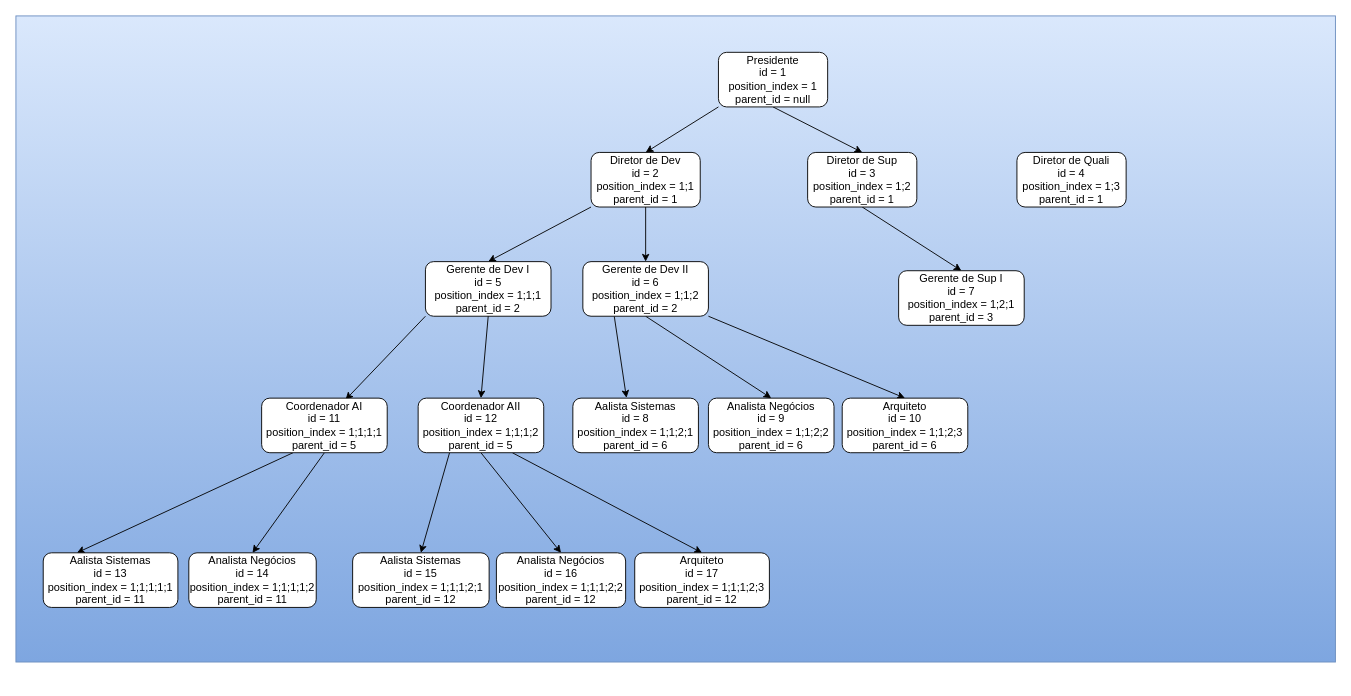
Earlier version of the draw.io diagram tree-view.drawio (tnicacio/test-tree-view). Source tidied: cells renumbered, new cells numbered last; positions are measured from the earlier drawing's top-left corner, leaving out a move shared by most shapes. Both pictures are drawn from the tidied source at 91%, with x=0, y=0 at pixel (15, 15).
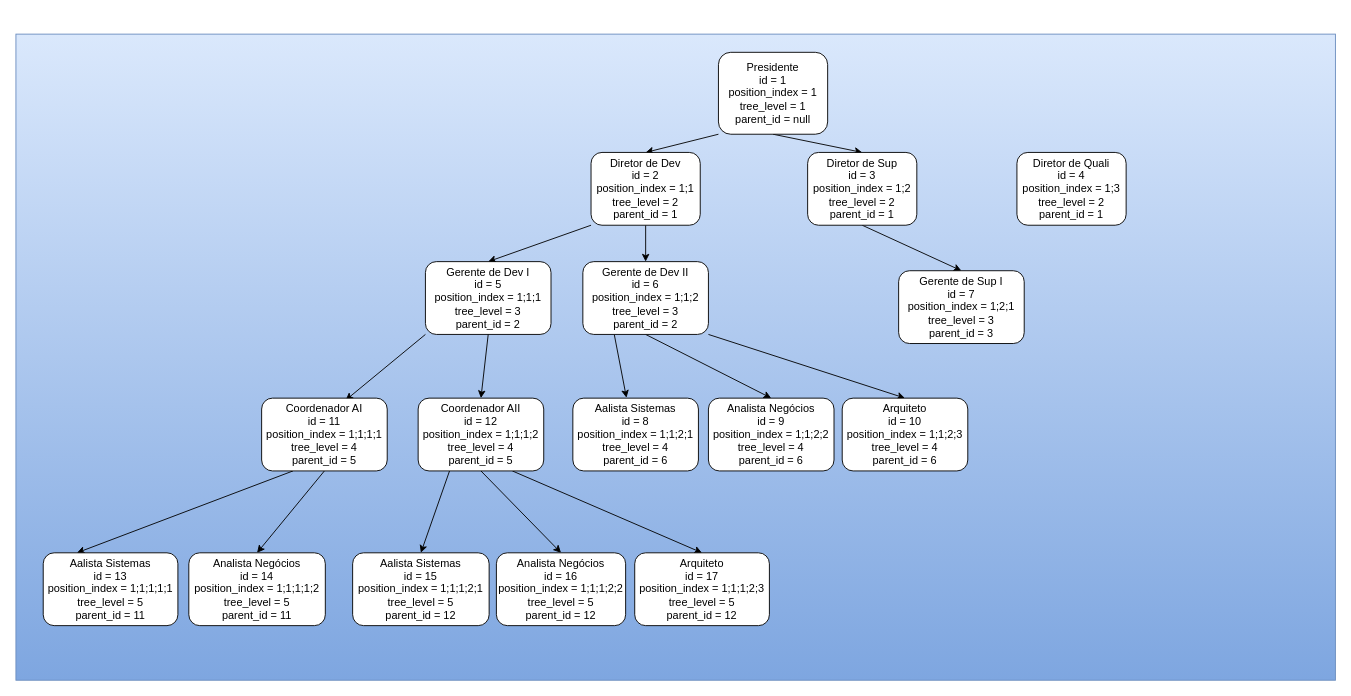
The same diagram, later.

Commit message (it also covers changes not shown here):
Renaming column position_level to tree_level

Diff of the diagram source:
```diff
@@
     <mxCell id="2" style="whiteSpace=wrap;html=1;fillColor=#dae8fc;gradientColor=#7ea6e0;strokeColor=#6c8ebf;" parent="1" vertex="1">
-      <mxGeometry width="1450" height="710" as="geometry" />
+      <mxGeometry y="20" width="1450" height="710" as="geometry" />
     </mxCell>
@@
-    <mxCell id="5" value="Presidente&lt;br&gt;id = 1&lt;br&gt;position_index = 1&lt;br&gt;parent_id = null" style="rounded=1;whiteSpace=wrap;html=1;" parent="1" vertex="1">
-      <mxGeometry x="772" y="40" width="120" height="60" as="geometry" />
+    <mxCell id="5" value="Presidente&lt;br&gt;id = 1&lt;br&gt;position_index = 1&lt;br&gt;tree_level = 1&lt;br&gt;parent_id = null" style="rounded=1;whiteSpace=wrap;html=1;" parent="1" vertex="1">
+      <mxGeometry x="772" y="40" width="120" height="90" as="geometry" />
     </mxCell>
@@
-    <mxCell id="8" value="Diretor de Dev&lt;br&gt;id = 2&lt;br&gt;position_index = 1;1&lt;br&gt;parent_id = 1" style="rounded=1;whiteSpace=wrap;html=1;" parent="1" vertex="1">
-      <mxGeometry x="632" y="150" width="120" height="60" as="geometry" />
+    <mxCell id="8" value="Diretor de Dev&lt;br&gt;id = 2&lt;br&gt;position_index = 1;1&lt;br&gt;tree_level = 2&lt;br&gt;parent_id = 1" style="rounded=1;whiteSpace=wrap;html=1;" parent="1" vertex="1">
+      <mxGeometry x="632" y="150" width="120" height="80" as="geometry" />
     </mxCell>
@@
-    <mxCell id="10" value="Diretor de Sup&lt;br&gt;id = 3&lt;br&gt;position_index = 1;2&lt;br&gt;parent_id = 1" style="rounded=1;whiteSpace=wrap;html=1;" parent="1" vertex="1">
-      <mxGeometry x="870" y="150" width="120" height="60" as="geometry" />
+    <mxCell id="10" value="Diretor de Sup&lt;br&gt;id = 3&lt;br&gt;position_index = 1;2&lt;br&gt;tree_level = 2&lt;br&gt;parent_id = 1" style="rounded=1;whiteSpace=wrap;html=1;" parent="1" vertex="1">
+      <mxGeometry x="870" y="150" width="120" height="80" as="geometry" />
     </mxCell>
-    <mxCell id="11" value="Diretor de Quali&lt;br&gt;id = 4&lt;br&gt;position_index = 1;3&lt;br&gt;parent_id = 1" style="rounded=1;whiteSpace=wrap;html=1;" parent="1" vertex="1">
-      <mxGeometry x="1100" y="150" width="120" height="60" as="geometry" />
+    <mxCell id="11" value="Diretor de Quali&lt;br&gt;id = 4&lt;br&gt;position_index = 1;3&lt;br&gt;tree_level = 2&lt;br&gt;parent_id = 1" style="rounded=1;whiteSpace=wrap;html=1;" parent="1" vertex="1">
+      <mxGeometry x="1100" y="150" width="120" height="80" as="geometry" />
     </mxCell>
@@
-    <mxCell id="13" value="Gerente de Dev I&lt;br&gt;id = 5&lt;br&gt;position_index = 1;1;1&lt;br&gt;parent_id = 2" style="rounded=1;whiteSpace=wrap;html=1;" parent="1" vertex="1">
-      <mxGeometry x="450" y="270" width="138" height="60" as="geometry" />
+    <mxCell id="13" value="Gerente de Dev I&lt;br&gt;id = 5&lt;br&gt;position_index = 1;1;1&lt;br&gt;tree_level = 3&lt;br&gt;parent_id = 2" style="rounded=1;whiteSpace=wrap;html=1;" parent="1" vertex="1">
+      <mxGeometry x="450" y="270" width="138" height="80" as="geometry" />
     </mxCell>
@@
-    <mxCell id="17" value="Gerente de Dev II&lt;br&gt;id = 6&lt;br&gt;position_index = 1;1;2&lt;br&gt;parent_id = 2" style="rounded=1;whiteSpace=wrap;html=1;" parent="1" vertex="1">
-      <mxGeometry x="623" y="270" width="138" height="60" as="geometry" />
+    <mxCell id="17" value="Gerente de Dev II&lt;br&gt;id = 6&lt;br&gt;position_index = 1;1;2&lt;br&gt;tree_level = 3&lt;br&gt;parent_id = 2" style="rounded=1;whiteSpace=wrap;html=1;" parent="1" vertex="1">
+      <mxGeometry x="623" y="270" width="138" height="80" as="geometry" />
     </mxCell>
-    <mxCell id="18" value="Gerente de Sup I&lt;br&gt;id = 7&lt;br&gt;position_index = 1;2;1&lt;br&gt;parent_id = 3" style="rounded=1;whiteSpace=wrap;html=1;" parent="1" vertex="1">
-      <mxGeometry x="970" y="280" width="138" height="60" as="geometry" />
+    <mxCell id="18" value="Gerente de Sup I&lt;br&gt;id = 7&lt;br&gt;position_index = 1;2;1&lt;br&gt;tree_level = 3&lt;br&gt;parent_id = 3" style="rounded=1;whiteSpace=wrap;html=1;" parent="1" vertex="1">
+      <mxGeometry x="970" y="280" width="138" height="80" as="geometry" />
     </mxCell>
-    <mxCell id="19" value="Aalista Sistemas&lt;br&gt;id = 8&lt;br&gt;position_index = 1;1;2;1&lt;br&gt;parent_id = 6" style="rounded=1;whiteSpace=wrap;html=1;" parent="1" vertex="1">
-      <mxGeometry x="612" y="420" width="138" height="60" as="geometry" />
+    <mxCell id="19" value="Aalista Sistemas&lt;br&gt;id = 8&lt;br&gt;position_index = 1;1;2;1&lt;br&gt;tree_level = 4&lt;br&gt;parent_id = 6" style="rounded=1;whiteSpace=wrap;html=1;" parent="1" vertex="1">
+      <mxGeometry x="612" y="420" width="138" height="80" as="geometry" />
     </mxCell>
-    <mxCell id="20" value="Analista Negócios&lt;br&gt;id = 9&lt;br&gt;position_index = 1;1;2;2&lt;br&gt;parent_id = 6" style="rounded=1;whiteSpace=wrap;html=1;" parent="1" vertex="1">
-      <mxGeometry x="761" y="420" width="138" height="60" as="geometry" />
+    <mxCell id="20" value="Analista Negócios&lt;br&gt;id = 9&lt;br&gt;position_index = 1;1;2;2&lt;br&gt;tree_level = 4&lt;br&gt;parent_id = 6" style="rounded=1;whiteSpace=wrap;html=1;" parent="1" vertex="1">
+      <mxGeometry x="761" y="420" width="138" height="80" as="geometry" />
     </mxCell>
-    <mxCell id="21" value="Arquiteto&lt;br&gt;id = 10&lt;br&gt;position_index = 1;1;2;3&lt;br&gt;parent_id = 6" style="rounded=1;whiteSpace=wrap;html=1;" parent="1" vertex="1">
-      <mxGeometry x="908" y="420" width="138" height="60" as="geometry" />
+    <mxCell id="21" value="Arquiteto&lt;br&gt;id = 10&lt;br&gt;position_index = 1;1;2;3&lt;br&gt;tree_level = 4&lt;br&gt;parent_id = 6" style="rounded=1;whiteSpace=wrap;html=1;" parent="1" vertex="1">
+      <mxGeometry x="908" y="420" width="138" height="80" as="geometry" />
     </mxCell>
@@
-    <mxCell id="24" value="Coordenador AI&lt;br&gt;id = 11&lt;br&gt;position_index = 1;1;1;1&lt;br&gt;parent_id = 5" style="rounded=1;whiteSpace=wrap;html=1;" parent="1" vertex="1">
-      <mxGeometry x="270" y="420" width="138" height="60" as="geometry" />
+    <mxCell id="24" value="Coordenador AI&lt;br&gt;id = 11&lt;br&gt;position_index = 1;1;1;1&lt;br&gt;tree_level = 4&lt;br&gt;parent_id = 5" style="rounded=1;whiteSpace=wrap;html=1;" parent="1" vertex="1">
+      <mxGeometry x="270" y="420" width="138" height="80" as="geometry" />
     </mxCell>
@@
-    <mxCell id="28" value="Coordenador AII&lt;br&gt;id = 12&lt;br&gt;position_index = 1;1;1;2&lt;br&gt;parent_id = 5" style="rounded=1;whiteSpace=wrap;html=1;" parent="1" vertex="1">
-      <mxGeometry x="442" y="420" width="138" height="60" as="geometry" />
+    <mxCell id="28" value="Coordenador AII&lt;br&gt;id = 12&lt;br&gt;position_index = 1;1;1;2&lt;br&gt;tree_level = 4&lt;br&gt;parent_id = 5" style="rounded=1;whiteSpace=wrap;html=1;" parent="1" vertex="1">
+      <mxGeometry x="442" y="420" width="138" height="80" as="geometry" />
     </mxCell>
@@
-    <mxCell id="30" value="Aalista Sistemas&lt;br&gt;id = 15&lt;br&gt;position_index = 1;1;1;2;1&lt;br&gt;parent_id = 12" style="rounded=1;whiteSpace=wrap;html=1;" parent="1" vertex="1">
-      <mxGeometry x="370" y="590" width="150" height="60" as="geometry" />
+    <mxCell id="30" value="Aalista Sistemas&lt;br&gt;id = 15&lt;br&gt;position_index = 1;1;1;2;1&lt;br&gt;tree_level = 5&lt;br&gt;parent_id = 12" style="rounded=1;whiteSpace=wrap;html=1;" parent="1" vertex="1">
+      <mxGeometry x="370" y="590" width="150" height="80" as="geometry" />
     </mxCell>
-    <mxCell id="31" value="Analista Negócios&lt;br&gt;id = 16&lt;br&gt;position_index = 1;1;1;2;2&lt;br&gt;parent_id = 12" style="rounded=1;whiteSpace=wrap;html=1;" parent="1" vertex="1">
-      <mxGeometry x="528" y="590" width="142" height="60" as="geometry" />
+    <mxCell id="31" value="Analista Negócios&lt;br&gt;id = 16&lt;br&gt;position_index = 1;1;1;2;2&lt;br&gt;tree_level = 5&lt;br&gt;parent_id = 12" style="rounded=1;whiteSpace=wrap;html=1;" parent="1" vertex="1">
+      <mxGeometry x="528" y="590" width="142" height="80" as="geometry" />
     </mxCell>
-    <mxCell id="32" value="Arquiteto&lt;br&gt;id = 17&lt;br&gt;position_index = 1;1;1;2;3&lt;br&gt;parent_id = 12" style="rounded=1;whiteSpace=wrap;html=1;" parent="1" vertex="1">
-      <mxGeometry x="680" y="590" width="148" height="60" as="geometry" />
+    <mxCell id="32" value="Arquiteto&lt;br&gt;id = 17&lt;br&gt;position_index = 1;1;1;2;3&lt;br&gt;tree_level = 5&lt;br&gt;parent_id = 12" style="rounded=1;whiteSpace=wrap;html=1;" parent="1" vertex="1">
+      <mxGeometry x="680" y="590" width="148" height="80" as="geometry" />
     </mxCell>
-    <mxCell id="33" value="Aalista Sistemas&lt;br&gt;id = 13&lt;br&gt;position_index = 1;1;1;1;1&lt;br&gt;parent_id = 11" style="rounded=1;whiteSpace=wrap;html=1;" parent="1" vertex="1">
-      <mxGeometry x="30" y="590" width="148" height="60" as="geometry" />
+    <mxCell id="33" value="Aalista Sistemas&lt;br&gt;id = 13&lt;br&gt;position_index = 1;1;1;1;1&lt;br&gt;tree_level = 5&lt;br&gt;parent_id = 11" style="rounded=1;whiteSpace=wrap;html=1;" parent="1" vertex="1">
+      <mxGeometry x="30" y="590" width="148" height="80" as="geometry" />
     </mxCell>
-    <mxCell id="34" value="Analista Negócios&lt;br&gt;id = 14&lt;br&gt;position_index = 1;1;1;1;2&lt;br&gt;parent_id = 11" style="rounded=1;whiteSpace=wrap;html=1;" parent="1" vertex="1">
-      <mxGeometry x="190" y="590" width="140" height="60" as="geometry" />
+    <mxCell id="34" value="Analista Negócios&lt;br&gt;id = 14&lt;br&gt;position_index = 1;1;1;1;2&lt;br&gt;tree_level = 5&lt;br&gt;parent_id = 11" style="rounded=1;whiteSpace=wrap;html=1;" parent="1" vertex="1">
+      <mxGeometry x="190" y="590" width="150" height="80" as="geometry" />
     </mxCell>
```
